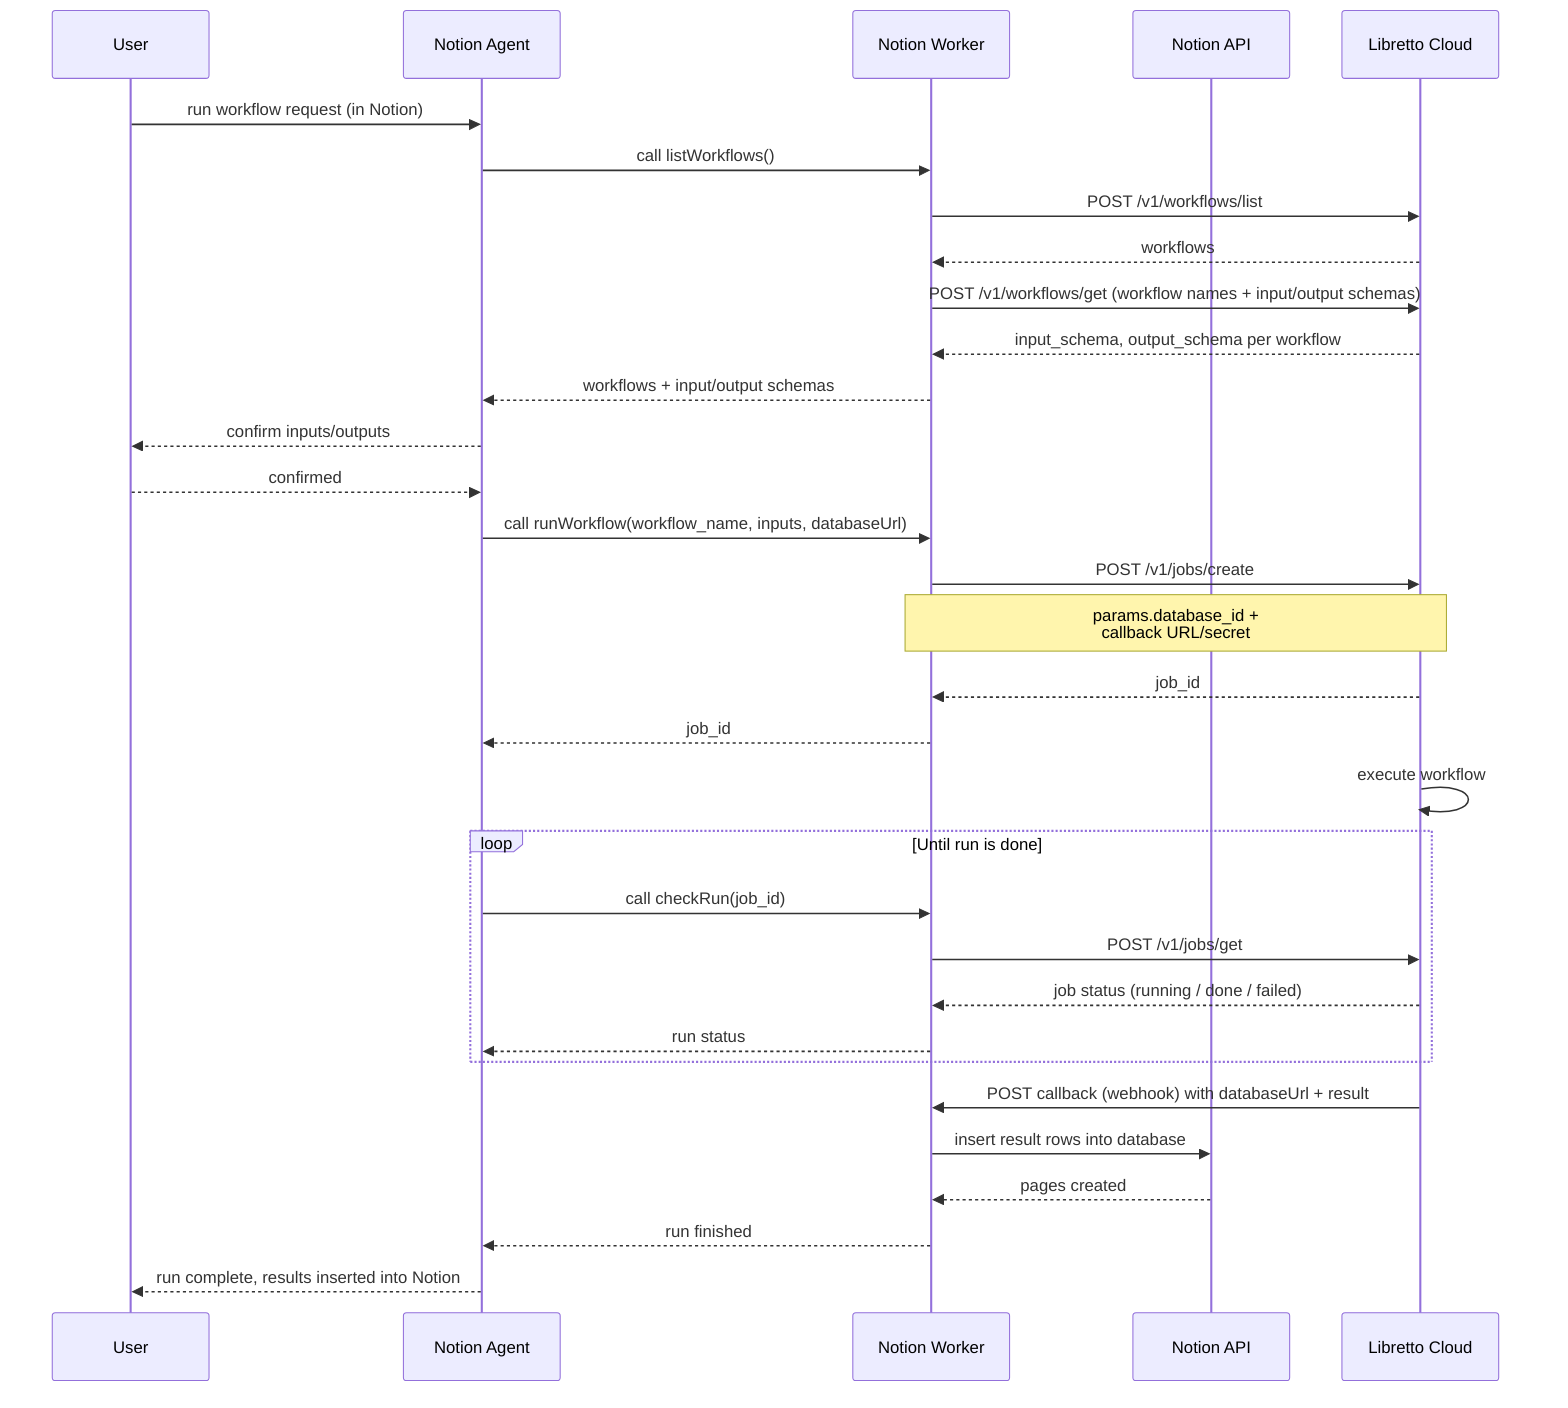
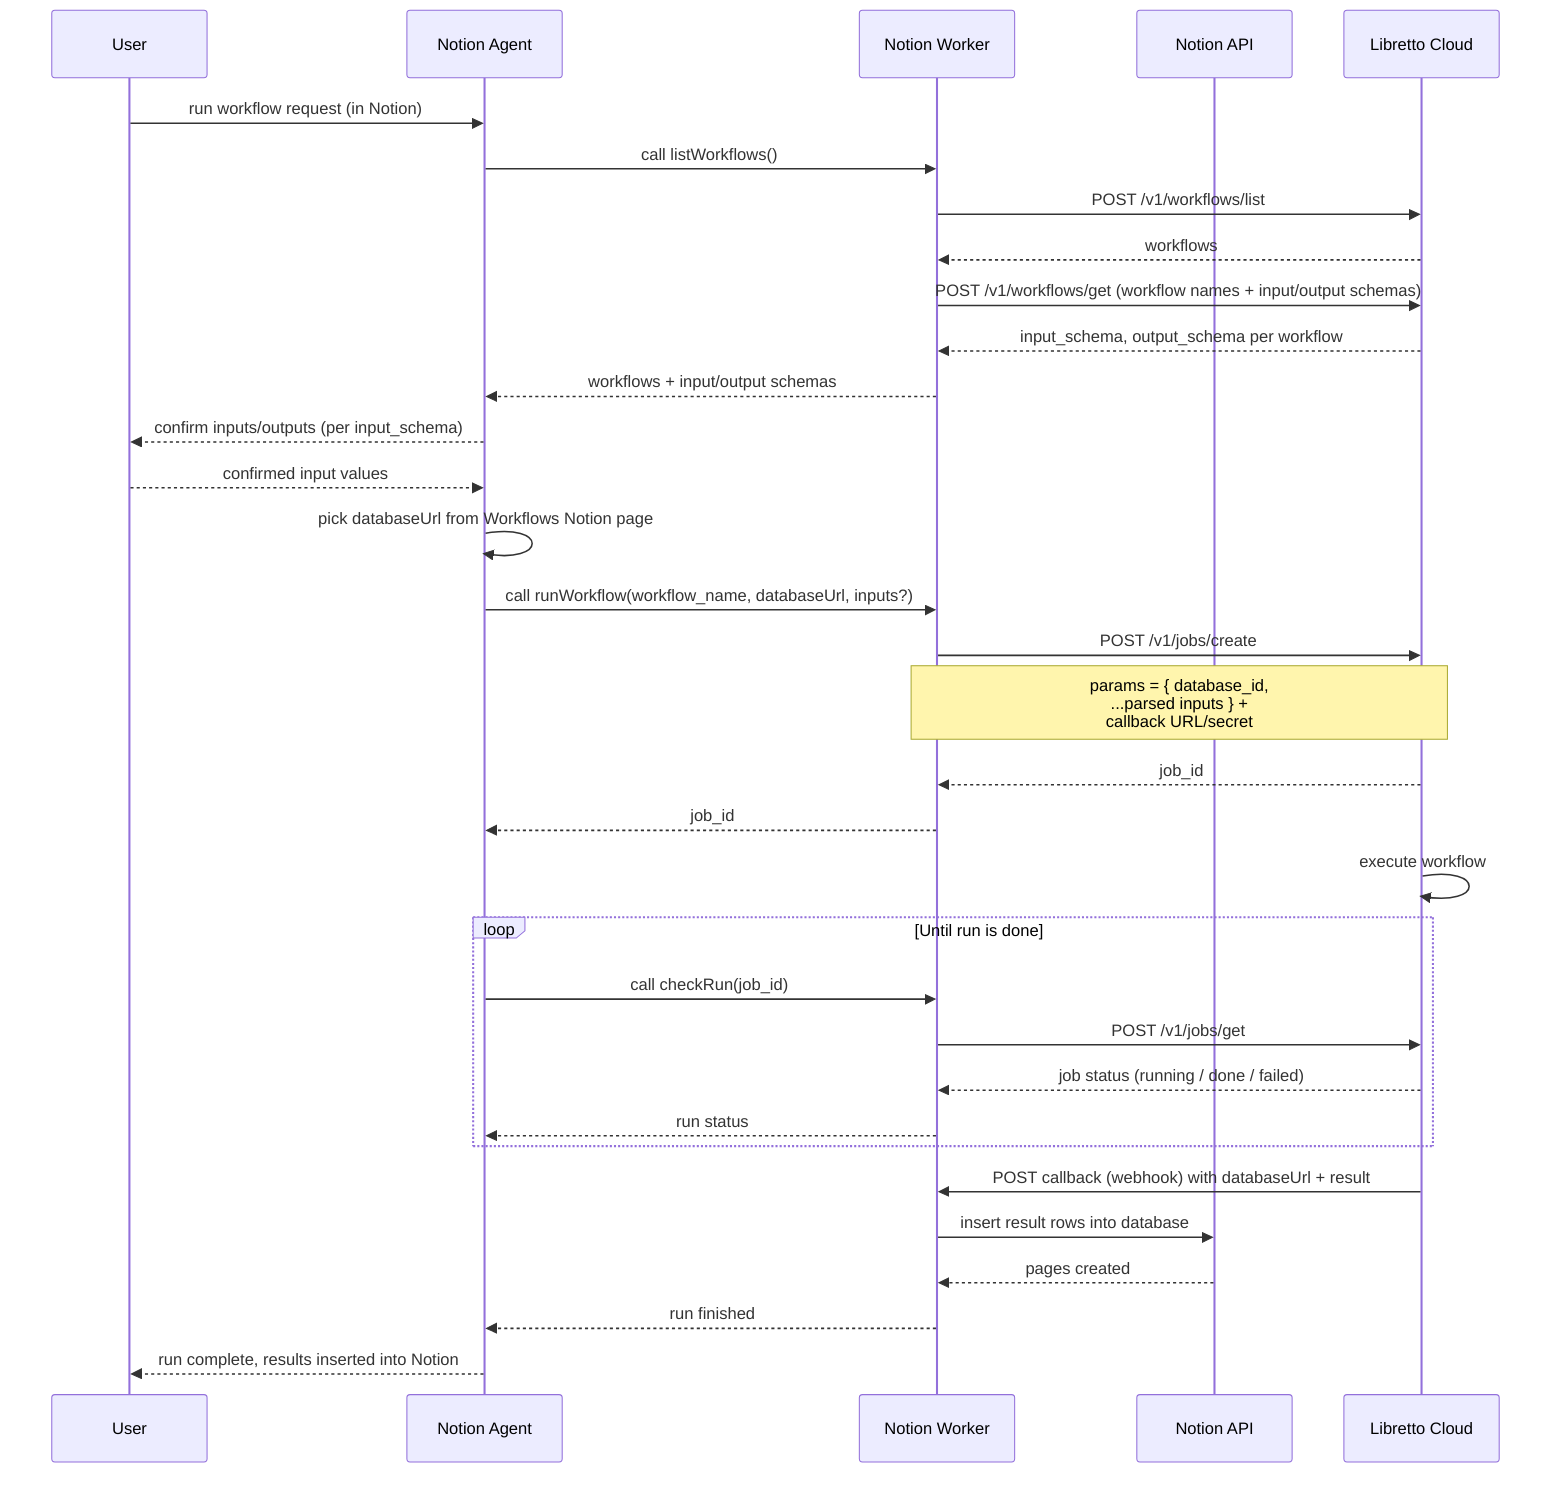
sequenceDiagram
  participant User as User
  participant NotionAgent as Notion Agent
  participant Worker as Notion Worker
  participant Notion as Notion API
  participant Libretto as Libretto Cloud

  User->>NotionAgent: run workflow request (in Notion)

  NotionAgent->>Worker: call listWorkflows()
  Worker->>Libretto: POST /v1/workflows/list
  Libretto-->>Worker: workflows
  Worker->>Libretto: POST /v1/workflows/get (workflow names + input/output schemas)
  Libretto-->>Worker: input_schema, output_schema per workflow
  Worker-->>NotionAgent: workflows + input/output schemas

-   NotionAgent-->>User: confirm inputs/outputs
-   User-->>NotionAgent: confirmed
+   NotionAgent-->>User: confirm inputs/outputs (per input_schema)
+   User-->>NotionAgent: confirmed input values

-   NotionAgent->>Worker: call runWorkflow(workflow_name, inputs, databaseUrl)
+   NotionAgent->>NotionAgent: pick databaseUrl from Workflows Notion page
+   NotionAgent->>Worker: call runWorkflow(workflow_name, databaseUrl, inputs?)
  Worker->>Libretto: POST /v1/jobs/create
-   Note over Worker,Libretto: params.database_id +<br/>callback URL/secret
+   Note over Worker,Libretto: params = { database_id,<br/>...parsed inputs } +<br/>callback URL/secret
  Libretto-->>Worker: job_id
  Worker-->>NotionAgent: job_id

  Libretto->>Libretto: execute workflow

  loop Until run is done
    NotionAgent->>Worker: call checkRun(job_id)
    Worker->>Libretto: POST /v1/jobs/get
    Libretto-->>Worker: job status (running / done / failed)
    Worker-->>NotionAgent: run status
  end

  Libretto->>Worker: POST callback (webhook) with databaseUrl + result
  Worker->>Notion: insert result rows into database
  Notion-->>Worker: pages created

  Worker-->>NotionAgent: run finished
  NotionAgent-->>User: run complete, results inserted into Notion
